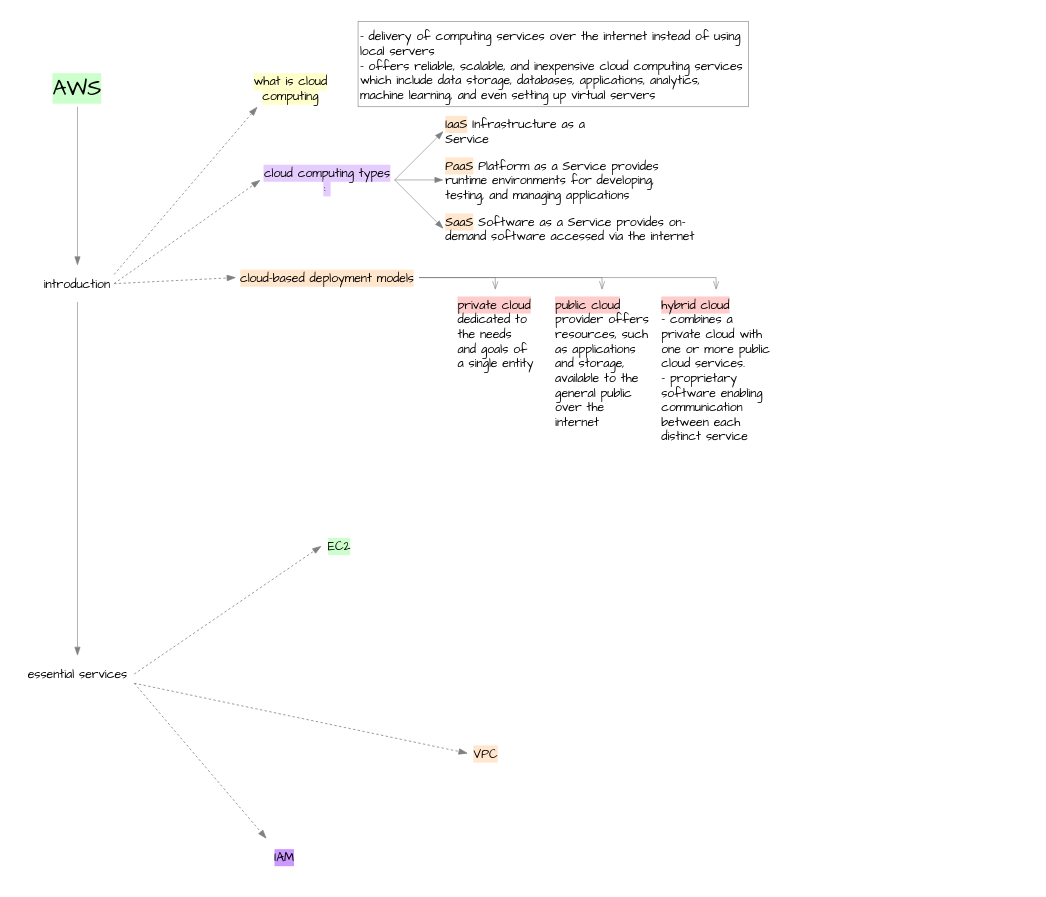
This is [research]AWS.drawio from ptt743/draw, a draw.io file, before an edit. Source tidied: cells renumbered, new cells numbered last; positions are measured from the earlier drawing's top-left corner, leaving out a move shared by most shapes. Both pictures are drawn from the tidied source at 122%, with x=0, y=0 at pixel (21, 21).
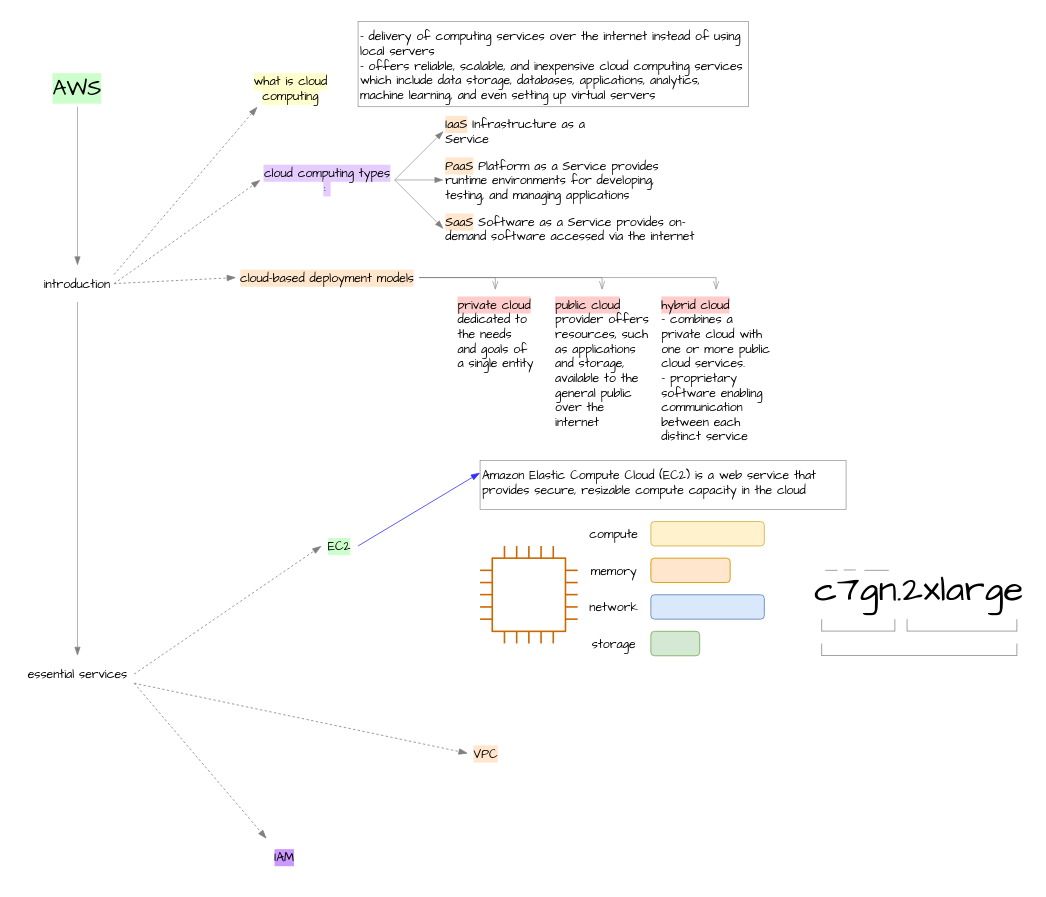
Above is the later version.

The change refers to these unchanged cells:
```xml
<mxCell id="26" value="&lt;span style=&quot;background-color: rgb(204, 255, 204);&quot;&gt;EC2&lt;/span&gt;" style="text;html=1;whiteSpace=wrap;strokeColor=none;fillColor=none;align=center;verticalAlign=middle;rounded=0;fontFamily=Comic Sans MS;fontSize=10;" parent="1" vertex="1">
  <mxGeometry x="246" y="420" width="30" height="20" as="geometry" />
</mxCell>
```

What changed in the source:
```diff
@@
+    <mxCell id="32" value="Amazon Elastic Compute Cloud (EC2) is a web service that provides secure, resizable compute capacity in the cloud" style="rounded=0;whiteSpace=wrap;html=1;fontFamily=Comic Sans MS;strokeWidth=0.5;strokeColor=#808080;align=left;verticalAlign=top;fontSize=10;" parent="1" vertex="1">
+      <mxGeometry x="376" y="360" width="300" height="40" as="geometry" />
+    </mxCell>
+    <mxCell id="33" style="endArrow=blockThin;html=1;rounded=0;strokeColor=#3333FF;endFill=1;strokeWidth=0.65;exitX=1;exitY=0.5;exitDx=0;exitDy=0;entryX=0;entryY=0.25;entryDx=0;entryDy=0;" parent="1" edge="1" source="26" target="32">
+      <mxGeometry relative="1" as="geometry" />
+    </mxCell>
+    <mxCell id="34" style="rounded=0;whiteSpace=wrap;html=1;fontFamily=Comic Sans MS;strokeWidth=1.3;strokeColor=#CC6600;align=left;verticalAlign=top;fontSize=10;" parent="1" vertex="1">
+      <mxGeometry x="386" y="440" width="60" height="60" as="geometry" />
+    </mxCell>
+    <mxCell id="35" style="endArrow=none;html=1;rounded=0;strokeWidth=1.3;endFill=0;strokeColor=#CC6600;exitX=1;exitY=0.5;exitDx=0;exitDy=0;" parent="1" edge="1">
+      <mxGeometry relative="1" as="geometry">
+        <mxPoint x="446" y="450" as="sourcePoint" />
+        <mxPoint x="456" y="450" as="targetPoint" />
+      </mxGeometry>
+    </mxCell>
+    <mxCell id="36" style="endArrow=none;html=1;rounded=0;strokeWidth=1.3;endFill=0;strokeColor=#CC6600;exitX=1;exitY=0.5;exitDx=0;exitDy=0;" parent="1" edge="1">
+      <mxGeometry relative="1" as="geometry">
+        <mxPoint x="446" y="460" as="sourcePoint" />
+        <mxPoint x="456" y="460" as="targetPoint" />
+      </mxGeometry>
+    </mxCell>
+    <mxCell id="37" style="endArrow=none;html=1;rounded=0;strokeWidth=1.3;endFill=0;strokeColor=#CC6600;exitX=1;exitY=0.5;exitDx=0;exitDy=0;" parent="1" edge="1">
+      <mxGeometry relative="1" as="geometry">
+        <mxPoint x="446" y="469.9" as="sourcePoint" />
+        <mxPoint x="456" y="469.9" as="targetPoint" />
+      </mxGeometry>
+    </mxCell>
+    <mxCell id="38" style="endArrow=none;html=1;rounded=0;strokeWidth=1.3;endFill=0;strokeColor=#CC6600;exitX=1;exitY=0.5;exitDx=0;exitDy=0;" parent="1" edge="1">
+      <mxGeometry relative="1" as="geometry">
+        <mxPoint x="446" y="480" as="sourcePoint" />
+        <mxPoint x="456" y="480" as="targetPoint" />
+      </mxGeometry>
+    </mxCell>
+    <mxCell id="39" style="endArrow=none;html=1;rounded=0;strokeWidth=1.3;endFill=0;strokeColor=#CC6600;exitX=1;exitY=0.5;exitDx=0;exitDy=0;" parent="1" edge="1">
+      <mxGeometry relative="1" as="geometry">
+        <mxPoint x="446" y="490" as="sourcePoint" />
+        <mxPoint x="456" y="490" as="targetPoint" />
+      </mxGeometry>
+    </mxCell>
+    <mxCell id="40" style="endArrow=none;html=1;rounded=0;strokeWidth=1.3;endFill=0;strokeColor=#CC6600;exitX=1;exitY=0.5;exitDx=0;exitDy=0;" parent="1" edge="1">
+      <mxGeometry relative="1" as="geometry">
+        <mxPoint x="376" y="450" as="sourcePoint" />
+        <mxPoint x="386" y="450" as="targetPoint" />
+      </mxGeometry>
+    </mxCell>
+    <mxCell id="41" style="endArrow=none;html=1;rounded=0;strokeWidth=1.3;endFill=0;strokeColor=#CC6600;exitX=1;exitY=0.5;exitDx=0;exitDy=0;" parent="1" edge="1">
+      <mxGeometry relative="1" as="geometry">
+        <mxPoint x="376" y="460" as="sourcePoint" />
+        <mxPoint x="386" y="460" as="targetPoint" />
+      </mxGeometry>
+    </mxCell>
+    <mxCell id="42" style="endArrow=none;html=1;rounded=0;strokeWidth=1.3;endFill=0;strokeColor=#CC6600;exitX=1;exitY=0.5;exitDx=0;exitDy=0;" parent="1" edge="1">
+      <mxGeometry relative="1" as="geometry">
+        <mxPoint x="376" y="469.9" as="sourcePoint" />
+        <mxPoint x="386" y="469.9" as="targetPoint" />
+      </mxGeometry>
+    </mxCell>
+    <mxCell id="43" style="endArrow=none;html=1;rounded=0;strokeWidth=1.3;endFill=0;strokeColor=#CC6600;exitX=1;exitY=0.5;exitDx=0;exitDy=0;" parent="1" edge="1">
+      <mxGeometry relative="1" as="geometry">
+        <mxPoint x="376" y="480" as="sourcePoint" />
+        <mxPoint x="386" y="480" as="targetPoint" />
+      </mxGeometry>
+    </mxCell>
+    <mxCell id="44" style="endArrow=none;html=1;rounded=0;strokeWidth=1.3;endFill=0;strokeColor=#CC6600;exitX=1;exitY=0.5;exitDx=0;exitDy=0;" parent="1" edge="1">
+      <mxGeometry relative="1" as="geometry">
+        <mxPoint x="376" y="490" as="sourcePoint" />
+        <mxPoint x="386" y="490" as="targetPoint" />
+      </mxGeometry>
+    </mxCell>
+    <mxCell id="45" style="endArrow=none;html=1;rounded=0;strokeWidth=1.3;endFill=0;strokeColor=#CC6600;exitX=1;exitY=0.5;exitDx=0;exitDy=0;" parent="1" edge="1">
+      <mxGeometry relative="1" as="geometry">
+        <mxPoint x="436" y="440" as="sourcePoint" />
+        <mxPoint x="436" y="430.1" as="targetPoint" />
+      </mxGeometry>
+    </mxCell>
+    <mxCell id="46" style="endArrow=none;html=1;rounded=0;strokeWidth=1.3;endFill=0;strokeColor=#CC6600;exitX=1;exitY=0.5;exitDx=0;exitDy=0;" parent="1" edge="1">
+      <mxGeometry relative="1" as="geometry">
+        <mxPoint x="426" y="440" as="sourcePoint" />
+        <mxPoint x="426" y="430.1" as="targetPoint" />
+      </mxGeometry>
+    </mxCell>
+    <mxCell id="47" style="endArrow=none;html=1;rounded=0;strokeWidth=1.3;endFill=0;strokeColor=#CC6600;exitX=1;exitY=0.5;exitDx=0;exitDy=0;" parent="1" edge="1">
+      <mxGeometry relative="1" as="geometry">
+        <mxPoint x="416" y="439.9" as="sourcePoint" />
+        <mxPoint x="416" y="430" as="targetPoint" />
+      </mxGeometry>
+    </mxCell>
+    <mxCell id="48" style="endArrow=none;html=1;rounded=0;strokeWidth=1.3;endFill=0;strokeColor=#CC6600;exitX=1;exitY=0.5;exitDx=0;exitDy=0;" parent="1" edge="1">
+      <mxGeometry relative="1" as="geometry">
+        <mxPoint x="396" y="439.9" as="sourcePoint" />
+        <mxPoint x="396" y="430" as="targetPoint" />
+      </mxGeometry>
+    </mxCell>
+    <mxCell id="49" style="endArrow=none;html=1;rounded=0;strokeWidth=1.3;endFill=0;strokeColor=#CC6600;exitX=1;exitY=0.5;exitDx=0;exitDy=0;" parent="1" edge="1">
+      <mxGeometry relative="1" as="geometry">
+        <mxPoint x="406" y="440" as="sourcePoint" />
+        <mxPoint x="406" y="430.1" as="targetPoint" />
+      </mxGeometry>
+    </mxCell>
+    <mxCell id="50" style="endArrow=none;html=1;rounded=0;strokeWidth=1.3;endFill=0;strokeColor=#CC6600;exitX=1;exitY=0.5;exitDx=0;exitDy=0;" parent="1" edge="1">
+      <mxGeometry relative="1" as="geometry">
+        <mxPoint x="426" y="509.9" as="sourcePoint" />
+        <mxPoint x="426" y="500" as="targetPoint" />
+      </mxGeometry>
+    </mxCell>
+    <mxCell id="51" style="endArrow=none;html=1;rounded=0;strokeWidth=1.3;endFill=0;strokeColor=#CC6600;exitX=1;exitY=0.5;exitDx=0;exitDy=0;" parent="1" edge="1">
+      <mxGeometry relative="1" as="geometry">
+        <mxPoint x="416" y="509.9" as="sourcePoint" />
+        <mxPoint x="416" y="500" as="targetPoint" />
+      </mxGeometry>
+    </mxCell>
+    <mxCell id="52" style="endArrow=none;html=1;rounded=0;strokeWidth=1.3;endFill=0;strokeColor=#CC6600;exitX=1;exitY=0.5;exitDx=0;exitDy=0;" parent="1" edge="1">
+      <mxGeometry relative="1" as="geometry">
+        <mxPoint x="436" y="509.9" as="sourcePoint" />
+        <mxPoint x="436" y="500" as="targetPoint" />
+      </mxGeometry>
+    </mxCell>
+    <mxCell id="53" style="endArrow=none;html=1;rounded=0;strokeWidth=1.3;endFill=0;strokeColor=#CC6600;exitX=1;exitY=0.5;exitDx=0;exitDy=0;" parent="1" edge="1">
+      <mxGeometry relative="1" as="geometry">
+        <mxPoint x="406" y="509.9" as="sourcePoint" />
+        <mxPoint x="406" y="500" as="targetPoint" />
+      </mxGeometry>
+    </mxCell>
+    <mxCell id="54" style="endArrow=none;html=1;rounded=0;strokeWidth=1.3;endFill=0;strokeColor=#CC6600;exitX=1;exitY=0.5;exitDx=0;exitDy=0;" parent="1" edge="1">
+      <mxGeometry relative="1" as="geometry">
+        <mxPoint x="396" y="509.9" as="sourcePoint" />
+        <mxPoint x="396" y="500" as="targetPoint" />
+      </mxGeometry>
+    </mxCell>
+    <mxCell id="55" style="rounded=1;whiteSpace=wrap;html=1;strokeColor=#d6b656;fontFamily=Comic Sans MS;strokeWidth=0.75;fontSize=10;fillColor=#fff2cc;" parent="1" vertex="1">
+      <mxGeometry x="516" y="410" width="93" height="20" as="geometry" />
+    </mxCell>
+    <mxCell id="56" style="rounded=1;whiteSpace=wrap;html=1;strokeColor=#d79b00;fontFamily=Comic Sans MS;strokeWidth=0.75;fontSize=10;fillColor=#ffe6cc;" parent="1" vertex="1">
+      <mxGeometry x="516" y="440" width="65" height="20" as="geometry" />
+    </mxCell>
+    <mxCell id="57" style="rounded=1;whiteSpace=wrap;html=1;strokeColor=#6c8ebf;fontFamily=Comic Sans MS;strokeWidth=0.75;fontSize=10;fillColor=#dae8fc;" parent="1" vertex="1">
+      <mxGeometry x="516" y="470" width="93" height="20" as="geometry" />
+    </mxCell>
+    <mxCell id="58" style="rounded=1;whiteSpace=wrap;html=1;strokeColor=#82b366;fontFamily=Comic Sans MS;strokeWidth=0.75;fontSize=10;fillColor=#d5e8d4;" parent="1" vertex="1">
+      <mxGeometry x="516" y="500" width="40" height="20" as="geometry" />
+    </mxCell>
+    <mxCell id="59" value="compute" style="text;html=1;whiteSpace=wrap;strokeColor=none;fillColor=none;align=center;verticalAlign=middle;rounded=0;fontFamily=Comic Sans MS;fontSize=10;" parent="1" vertex="1">
+      <mxGeometry x="456" y="410" width="60" height="20" as="geometry" />
+    </mxCell>
+    <mxCell id="60" value="memory" style="text;html=1;whiteSpace=wrap;strokeColor=none;fillColor=none;align=center;verticalAlign=middle;rounded=0;fontFamily=Comic Sans MS;fontSize=10;" parent="1" vertex="1">
+      <mxGeometry x="456" y="440" width="60" height="20" as="geometry" />
+    </mxCell>
+    <mxCell id="61" value="network" style="text;html=1;whiteSpace=wrap;strokeColor=none;fillColor=none;align=center;verticalAlign=middle;rounded=0;fontFamily=Comic Sans MS;fontSize=10;" parent="1" vertex="1">
+      <mxGeometry x="456" y="470" width="60" height="20" as="geometry" />
+    </mxCell>
+    <mxCell id="62" value="storage" style="text;html=1;whiteSpace=wrap;strokeColor=none;fillColor=none;align=center;verticalAlign=middle;rounded=0;fontFamily=Comic Sans MS;fontSize=10;" parent="1" vertex="1">
+      <mxGeometry x="456" y="500" width="60" height="20" as="geometry" />
+    </mxCell>
+    <mxCell id="63" value="c7gn.2xlarge" style="text;html=1;whiteSpace=wrap;strokeColor=none;fillColor=none;align=center;verticalAlign=middle;rounded=0;fontFamily=Comic Sans MS;fontSize=30;" parent="1" vertex="1">
+      <mxGeometry x="656" y="450" width="160" height="30" as="geometry" />
+    </mxCell>
+    <mxCell id="64" style="endArrow=none;html=1;rounded=0;strokeWidth=0.5;endFill=0;strokeColor=#666666;entryX=0;entryY=0.5;entryDx=0;entryDy=0;" parent="1" edge="1">
+      <mxGeometry relative="1" as="geometry">
+        <mxPoint x="656" y="499.8" as="sourcePoint" />
+        <mxPoint x="716" y="499.8" as="targetPoint" />
+      </mxGeometry>
+    </mxCell>
+    <mxCell id="65" style="endArrow=none;html=1;rounded=0;strokeWidth=0.5;endFill=0;strokeColor=#666666;" parent="1" edge="1">
+      <mxGeometry relative="1" as="geometry">
+        <mxPoint x="726" y="499.8" as="sourcePoint" />
+        <mxPoint x="816" y="499.8" as="targetPoint" />
+      </mxGeometry>
+    </mxCell>
+    <mxCell id="66" style="endArrow=none;html=1;rounded=0;strokeWidth=0.5;endFill=0;strokeColor=#666666;startSize=6;" parent="1" edge="1">
+      <mxGeometry relative="1" as="geometry">
+        <mxPoint x="816" y="490" as="sourcePoint" />
+        <mxPoint x="816" y="500" as="targetPoint" />
+      </mxGeometry>
+    </mxCell>
+    <mxCell id="67" style="endArrow=none;html=1;rounded=0;strokeWidth=0.5;endFill=0;strokeColor=#666666;startSize=2;" parent="1" edge="1">
+      <mxGeometry relative="1" as="geometry">
+        <mxPoint x="726" y="490" as="sourcePoint" />
+        <mxPoint x="726" y="500" as="targetPoint" />
+      </mxGeometry>
+    </mxCell>
+    <mxCell id="68" style="endArrow=none;html=1;rounded=0;strokeWidth=0.5;endFill=0;strokeColor=#666666;startSize=2;" parent="1" edge="1">
+      <mxGeometry relative="1" as="geometry">
+        <mxPoint x="656" y="490" as="sourcePoint" />
+        <mxPoint x="656" y="500" as="targetPoint" />
+      </mxGeometry>
+    </mxCell>
+    <mxCell id="69" style="endArrow=none;html=1;rounded=0;strokeWidth=0.5;endFill=0;strokeColor=#666666;startSize=2;" parent="1" edge="1">
+      <mxGeometry relative="1" as="geometry">
+        <mxPoint x="716" y="490" as="sourcePoint" />
+        <mxPoint x="716" y="500" as="targetPoint" />
+      </mxGeometry>
+    </mxCell>
+    <mxCell id="70" style="endArrow=none;html=1;rounded=0;strokeWidth=0.5;endFill=0;strokeColor=#666666;" parent="1" edge="1">
+      <mxGeometry relative="1" as="geometry">
+        <mxPoint x="656" y="519.8" as="sourcePoint" />
+        <mxPoint x="816" y="519.8" as="targetPoint" />
+      </mxGeometry>
+    </mxCell>
+    <mxCell id="71" style="endArrow=none;html=1;rounded=0;strokeWidth=0.5;endFill=0;strokeColor=#666666;startSize=2;" parent="1" edge="1">
+      <mxGeometry relative="1" as="geometry">
+        <mxPoint x="816" y="510" as="sourcePoint" />
+        <mxPoint x="816" y="520" as="targetPoint" />
+      </mxGeometry>
+    </mxCell>
+    <mxCell id="72" style="endArrow=none;html=1;rounded=0;strokeWidth=0.5;endFill=0;strokeColor=#666666;startSize=2;" parent="1" edge="1">
+      <mxGeometry relative="1" as="geometry">
+        <mxPoint x="656" y="510" as="sourcePoint" />
+        <mxPoint x="656" y="520" as="targetPoint" />
+      </mxGeometry>
+    </mxCell>
+    <mxCell id="73" style="endArrow=none;html=1;rounded=0;strokeWidth=0.5;endFill=0;strokeColor=#666666;" parent="1" edge="1">
+      <mxGeometry relative="1" as="geometry">
+        <mxPoint x="691" y="450" as="sourcePoint" />
+        <mxPoint x="711" y="450" as="targetPoint" />
+      </mxGeometry>
+    </mxCell>
+    <mxCell id="74" style="endArrow=none;html=1;rounded=0;strokeWidth=0.5;endFill=0;strokeColor=#666666;" parent="1" edge="1">
+      <mxGeometry relative="1" as="geometry">
+        <mxPoint x="674" y="449.7" as="sourcePoint" />
+        <mxPoint x="684" y="449.7" as="targetPoint" />
+      </mxGeometry>
+    </mxCell>
+    <mxCell id="75" style="endArrow=none;html=1;rounded=0;strokeWidth=0.5;endFill=0;strokeColor=#666666;" parent="1" edge="1">
+      <mxGeometry relative="1" as="geometry">
+        <mxPoint x="659" y="450" as="sourcePoint" />
+        <mxPoint x="669" y="450" as="targetPoint" />
+      </mxGeometry>
+    </mxCell>
```
